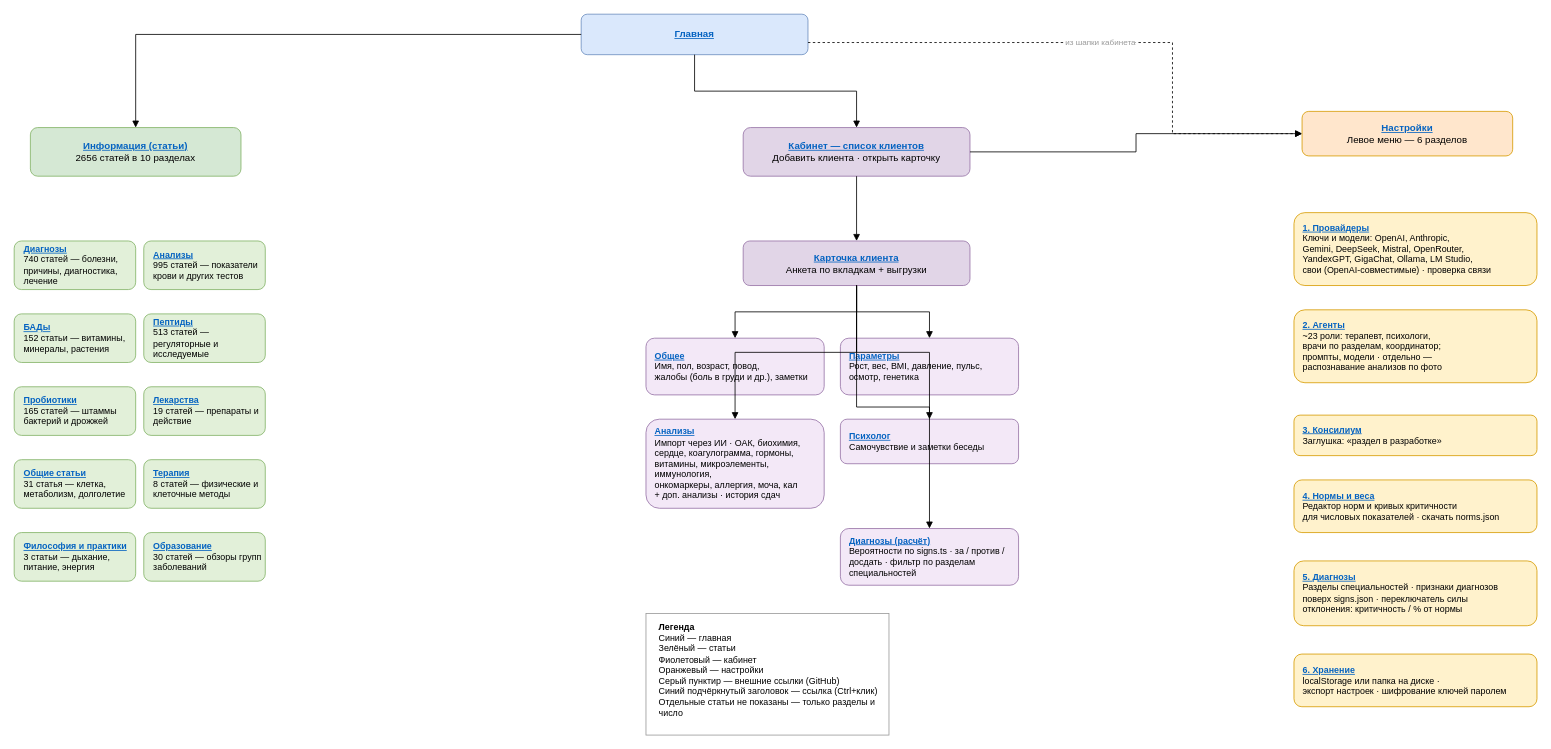
This is карта-сайта.drawio from andre4561/electrodoctor, a draw.io file, before an edit. Source tidied: cells renumbered, new cells numbered last; positions are measured from the earlier drawing's top-left corner, leaving out a move shared by most shapes. Both pictures are drawn from the tidied source at 81%, with x=0, y=0 at pixel (14, 14).
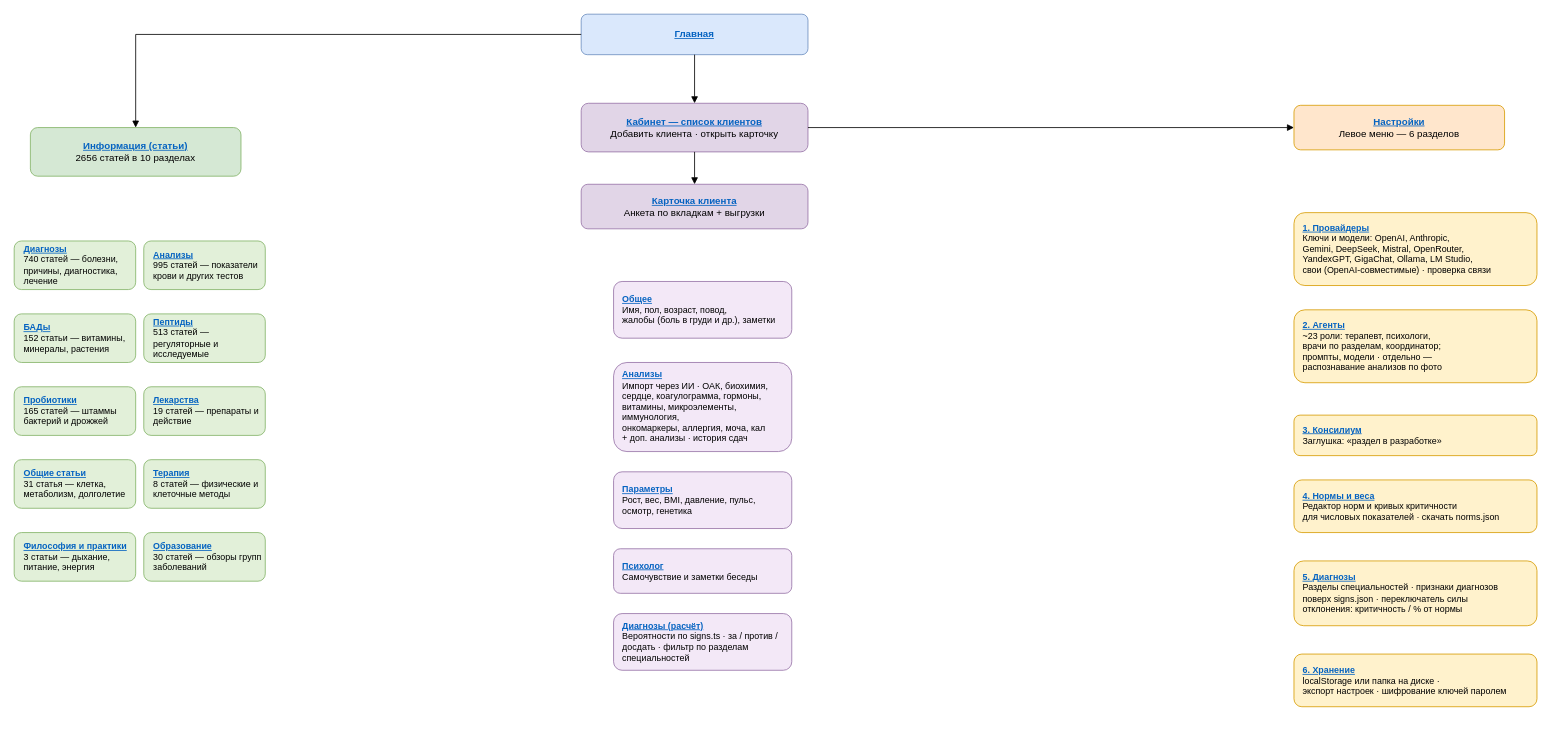
Above is the later version.

Commit message (it also covers changes not shown here):
Кабинет: окно выгрузки и загрузки анализов, сортировка диагнозов и убрать демо.

Unchanged cells that the change refers to:
```xml
<mxCell id="2" value="&lt;b&gt;&lt;font style=&quot;color: #0563c1;&quot;&gt;&lt;u&gt;Главная&lt;/u&gt;&lt;/font&gt;&lt;/b&gt;" style="rounded=1;whiteSpace=wrap;html=1;fillColor=#dae8fc;strokeColor=#6c8ebf;fontStyle=0;align=center;verticalAlign=middle;spacing=8;" parent="1" vertex="1">
  <mxGeometry x="700" width="280" height="50" as="geometry" />
</mxCell>
```

What changed in the source:
```diff
@@
     <mxCell id="15" value="&lt;b&gt;&lt;font style=&quot;color: #0563c1;&quot;&gt;&lt;u&gt;Кабинет — список клиентов&lt;/u&gt;&lt;/font&gt;&lt;/b&gt;&lt;br&gt;Добавить клиента · открыть карточку" style="rounded=1;whiteSpace=wrap;html=1;fillColor=#e1d5e7;strokeColor=#9673a6;align=center;spacing=6;" parent="1" vertex="1">
-      <mxGeometry x="900" y="140" width="280" height="60" as="geometry" />
+      <mxGeometry x="700" y="110" width="280" height="60" as="geometry" />
     </mxCell>
@@
     <mxCell id="17" value="&lt;b&gt;&lt;font style=&quot;color: #0563c1;&quot;&gt;&lt;u&gt;Карточка клиента&lt;/u&gt;&lt;/font&gt;&lt;/b&gt;&lt;br&gt;Анкета по вкладкам + выгрузки" style="rounded=1;whiteSpace=wrap;html=1;fillColor=#e1d5e7;strokeColor=#9673a6;align=center;spacing=6;" parent="1" vertex="1">
-      <mxGeometry x="900" y="280" width="280" height="55" as="geometry" />
+      <mxGeometry x="700" y="210" width="280" height="55" as="geometry" />
     </mxCell>
@@
     <mxCell id="19" value="&lt;b&gt;&lt;font style=&quot;color: #0563c1;&quot;&gt;&lt;u&gt;Общее&lt;/u&gt;&lt;/font&gt;&lt;/b&gt;&lt;br&gt;Имя, пол, возраст, повод,&lt;br&gt;жалобы (боль в груди и др.), заметки" style="rounded=1;whiteSpace=wrap;html=1;fillColor=#f3e8f7;strokeColor=#9673a6;align=left;spacingLeft=8;spacing=3;fontSize=11;" parent="1" vertex="1">
-      <mxGeometry x="780" y="400" width="220" height="70" as="geometry" />
+      <mxGeometry x="740" y="330" width="220" height="70" as="geometry" />
     </mxCell>
     <mxCell id="20" value="&lt;b&gt;&lt;font style=&quot;color: #0563c1;&quot;&gt;&lt;u&gt;Параметры&lt;/u&gt;&lt;/font&gt;&lt;/b&gt;&lt;br&gt;Рост, вес, BMI, давление, пульс,&lt;br&gt;осмотр, генетика" style="rounded=1;whiteSpace=wrap;html=1;fillColor=#f3e8f7;strokeColor=#9673a6;align=left;spacingLeft=8;spacing=3;fontSize=11;" parent="1" vertex="1">
-      <mxGeometry x="1020" y="400" width="220" height="70" as="geometry" />
+      <mxGeometry x="740" y="565" width="220" height="70" as="geometry" />
     </mxCell>
     <mxCell id="21" value="&lt;b&gt;&lt;font style=&quot;color: #0563c1;&quot;&gt;&lt;u&gt;Анализы&lt;/u&gt;&lt;/font&gt;&lt;/b&gt;&lt;br&gt;Импорт через ИИ · ОАК, биохимия,&lt;br&gt;сердце, коагулограмма, гормоны,&lt;br&gt;витамины, микроэлементы, иммунология,&lt;br&gt;онкомаркеры, аллергия, моча, кал&lt;br&gt;+ доп. анализы · история сдач" style="rounded=1;whiteSpace=wrap;html=1;fillColor=#f3e8f7;strokeColor=#9673a6;align=left;spacingLeft=8;spacing=3;fontSize=11;" parent="1" vertex="1">
-      <mxGeometry x="780" y="500" width="220" height="110" as="geometry" />
+      <mxGeometry x="740" y="430" width="220" height="110" as="geometry" />
     </mxCell>
     <mxCell id="22" value="&lt;b&gt;&lt;font style=&quot;color: #0563c1;&quot;&gt;&lt;u&gt;Психолог&lt;/u&gt;&lt;/font&gt;&lt;/b&gt;&lt;br&gt;Самочувствие и заметки беседы" style="rounded=1;whiteSpace=wrap;html=1;fillColor=#f3e8f7;strokeColor=#9673a6;align=left;spacingLeft=8;spacing=3;fontSize=11;" parent="1" vertex="1">
-      <mxGeometry x="1020" y="500" width="220" height="55" as="geometry" />
+      <mxGeometry x="740" y="660" width="220" height="55" as="geometry" />
     </mxCell>
     <mxCell id="23" value="&lt;b&gt;&lt;font style=&quot;color: #0563c1;&quot;&gt;&lt;u&gt;Диагнозы (расчёт)&lt;/u&gt;&lt;/font&gt;&lt;/b&gt;&lt;br&gt;Вероятности по signs.ts · за / против /&lt;br&gt;досдать · фильтр по разделам специальностей" style="rounded=1;whiteSpace=wrap;html=1;fillColor=#f3e8f7;strokeColor=#9673a6;align=left;spacingLeft=8;spacing=3;fontSize=11;" parent="1" vertex="1">
-      <mxGeometry x="1020" y="635" width="220" height="70" as="geometry" />
+      <mxGeometry x="740" y="740" width="220" height="70" as="geometry" />
     </mxCell>
-    <mxCell id="24" style="edgeStyle=orthogonalEdgeStyle;rounded=0;html=1;endArrow=block;endFill=1;" parent="1" edge="1" source="17" target="19">
-      <mxGeometry relative="1" as="geometry" />
-    </mxCell>
-    <mxCell id="25" style="edgeStyle=orthogonalEdgeStyle;rounded=0;html=1;endArrow=block;endFill=1;" parent="1" edge="1" source="17" target="20">
-      <mxGeometry relative="1" as="geometry" />
-    </mxCell>
-    <mxCell id="26" style="edgeStyle=orthogonalEdgeStyle;rounded=0;html=1;endArrow=block;endFill=1;" parent="1" edge="1" source="17" target="21">
-      <mxGeometry relative="1" as="geometry" />
-    </mxCell>
-    <mxCell id="27" style="edgeStyle=orthogonalEdgeStyle;rounded=0;html=1;endArrow=block;endFill=1;" parent="1" edge="1" source="17" target="22">
-      <mxGeometry relative="1" as="geometry" />
-    </mxCell>
-    <mxCell id="28" style="edgeStyle=orthogonalEdgeStyle;rounded=0;html=1;endArrow=block;endFill=1;" parent="1" edge="1" source="17" target="23">
-      <mxGeometry relative="1" as="geometry" />
-    </mxCell>
     <mxCell id="29" value="&lt;b&gt;&lt;font style=&quot;color: #0563c1;&quot;&gt;&lt;u&gt;Настройки&lt;/u&gt;&lt;/font&gt;&lt;/b&gt;&lt;br&gt;Левое меню — 6 разделов" style="rounded=1;whiteSpace=wrap;html=1;fillColor=#ffe6cc;strokeColor=#d79b00;align=center;spacing=6;" parent="1" vertex="1">
-      <mxGeometry x="1590" y="120" width="260" height="55" as="geometry" />
+      <mxGeometry x="1580" y="112.5" width="260" height="55" as="geometry" />
     </mxCell>
@@
-    <mxCell id="31" value="из шапки кабинета" style="edgeStyle=orthogonalEdgeStyle;rounded=0;html=1;endArrow=block;endFill=1;dashed=1;fontSize=10;fontColor=#999999;" parent="1" edge="1" source="2" target="29">
-      <mxGeometry relative="1" as="geometry">
-        <Array as="points">
-          <mxPoint x="1430" y="35" />
-        </Array>
-      </mxGeometry>
-    </mxCell>
@@
-    <mxCell id="38" value="&lt;b&gt;Легенда&lt;/b&gt;&lt;br&gt;Синий — главная&lt;br&gt;Зелёный — статьи&lt;br&gt;Фиолетовый — кабинет&lt;br&gt;Оранжевый — настройки&lt;br&gt;Серый пунктир — внешние ссылки (GitHub)&lt;br&gt;Синий подчёркнутый заголовок — ссылка (Ctrl+клик)&lt;br&gt;Отдельные статьи не показаны — только разделы и число" style="rounded=0;whiteSpace=wrap;html=1;fillColor=#ffffff;strokeColor=#999999;align=left;spacingLeft=10;spacing=6;fontSize=11;verticalAlign=top;" parent="1" vertex="1">
-      <mxGeometry x="780" y="740" width="300" height="150" as="geometry" />
-    </mxCell>
```
